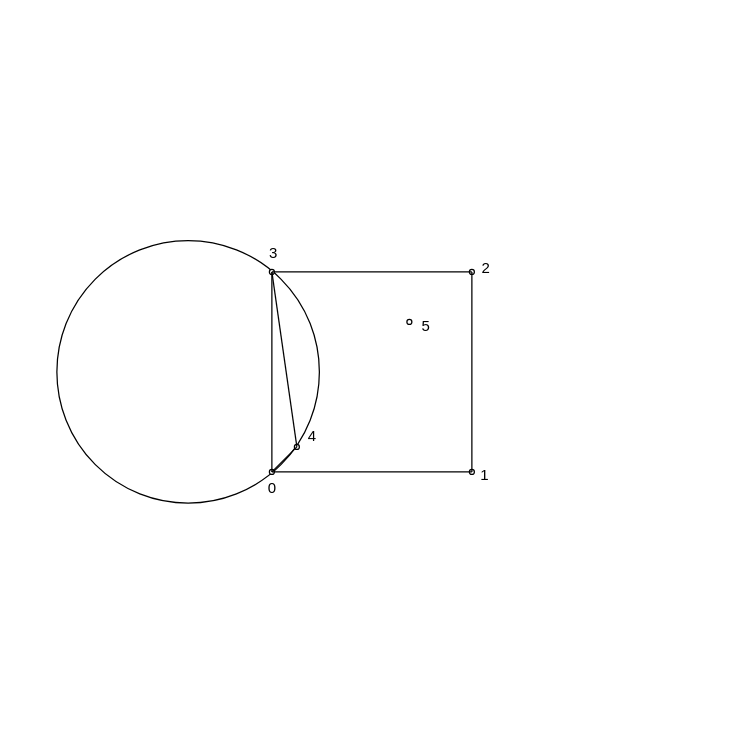
FallingXun/FallingXun.github.io keeps this draw.io diagram as page "Page-7-3" (44 of 51) of file/Algorithm/NavmeshNavigation/NavmeshNavigation.drawio. Above is the earlier version. Source tidied: cells renumbered, new cells numbered last; positions are measured from the earlier drawing's top-left corner, leaving out a move shared by most shapes. Both pictures are drawn from the tidied source at 125%, with x=0, y=0 at pixel (56, 234).
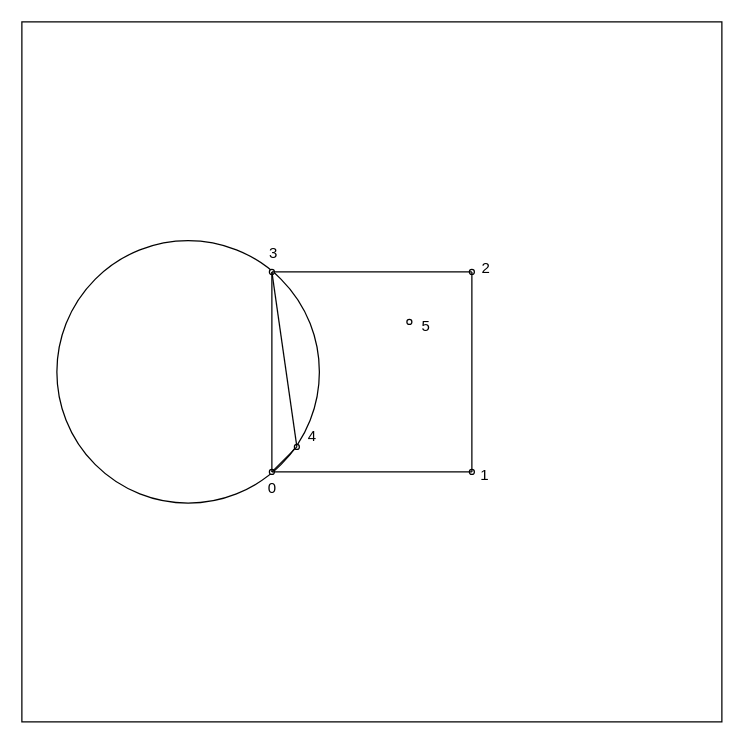
The same diagram, later.

Change to the diagram source:
```diff
@@
+    <mxCell id="21" style="rounded=0;whiteSpace=wrap;html=1;fillColor=none;" parent="1" vertex="1">
+      <mxGeometry x="-28" y="-170" width="560" height="560" as="geometry" />
+    </mxCell>
```
